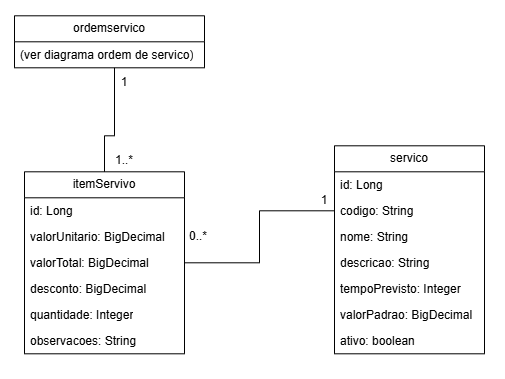
Before: docs/diagramas/Diagrama servico itemServico.drawio.png, a diagram exported from draw.io (henriqueValgas/oficina-mecanica-api). Source tidied: cells renumbered, new cells last; positions are measured from the earlier drawing's top-left corner, leaving out a move shared by most shapes. The source it was exported from:
```xml
<mxGraphModel>
  <root>
    <mxCell id="0" />
    <mxCell id="1" parent="0" />
    <mxCell id="2" style="edgeStyle=orthogonalEdgeStyle;rounded=0;jettySize=auto;html=1;entryX=0;entryY=0.5;entryDx=0;entryDy=0;endArrow=none;endFill=0;" parent="1" edge="1" source="3" target="15">
      <mxGeometry relative="1" as="geometry" />
    </mxCell>
    <mxCell id="3" value="itemServivo" style="swimlane;fontStyle=0;horizontal=1;startSize=26;fillColor=none;whiteSpace=wrap;html=1;" parent="1" vertex="1">
      <mxGeometry x="10" y="156" width="160" height="182" as="geometry" />
    </mxCell>
    <mxCell id="4" value="id: Long" style="text;strokeColor=none;fillColor=none;align=left;verticalAlign=top;spacingLeft=4;spacingRight=4;overflow=hidden;whiteSpace=wrap;html=1;" parent="3" vertex="1">
      <mxGeometry y="26" width="160" height="26" as="geometry" />
    </mxCell>
    <mxCell id="5" value="valorUnitario: BigDecimal&lt;div&gt;&lt;br&gt;&lt;/div&gt;" style="text;strokeColor=none;fillColor=none;align=left;verticalAlign=top;spacingLeft=4;spacingRight=4;overflow=hidden;whiteSpace=wrap;html=1;" parent="3" vertex="1">
      <mxGeometry y="52" width="160" height="26" as="geometry" />
    </mxCell>
    <mxCell id="6" value="valorTotal: BigDecimal&lt;div&gt;&lt;br&gt;&lt;/div&gt;" style="text;strokeColor=none;fillColor=none;align=left;verticalAlign=top;spacingLeft=4;spacingRight=4;overflow=hidden;whiteSpace=wrap;html=1;" parent="3" vertex="1">
      <mxGeometry y="78" width="160" height="26" as="geometry" />
    </mxCell>
    <mxCell id="7" value="&lt;div&gt;desconto: BigDecimal&lt;/div&gt;" style="text;strokeColor=none;fillColor=none;align=left;verticalAlign=top;spacingLeft=4;spacingRight=4;overflow=hidden;whiteSpace=wrap;html=1;" parent="3" vertex="1">
      <mxGeometry y="104" width="160" height="26" as="geometry" />
    </mxCell>
    <mxCell id="8" value="&lt;div&gt;quantidade: Integer&lt;/div&gt;" style="text;strokeColor=none;fillColor=none;align=left;verticalAlign=top;spacingLeft=4;spacingRight=4;overflow=hidden;whiteSpace=wrap;html=1;" parent="3" vertex="1">
      <mxGeometry y="130" width="160" height="26" as="geometry" />
    </mxCell>
    <mxCell id="9" value="&lt;div&gt;observacoes: String&lt;/div&gt;" style="text;strokeColor=none;fillColor=none;align=left;verticalAlign=top;spacingLeft=4;spacingRight=4;overflow=hidden;whiteSpace=wrap;html=1;" parent="3" vertex="1">
      <mxGeometry y="156" width="160" height="26" as="geometry" />
    </mxCell>
    <mxCell id="10" style="edgeStyle=orthogonalEdgeStyle;rounded=0;jettySize=auto;html=1;entryX=0.5;entryY=0;entryDx=0;entryDy=0;endArrow=none;endFill=0;" parent="1" edge="1" source="11" target="3">
      <mxGeometry relative="1" as="geometry">
        <Array as="points">
          <mxPoint x="100" y="120" />
          <mxPoint x="90" y="120" />
        </Array>
      </mxGeometry>
    </mxCell>
    <mxCell id="11" value="ordemservico" style="swimlane;fontStyle=0;horizontal=1;startSize=26;fillColor=none;whiteSpace=wrap;html=1;" parent="1" vertex="1">
      <mxGeometry width="190" height="52" as="geometry" />
    </mxCell>
    <mxCell id="12" value="(ver diagrama ordem de servico&lt;span style=&quot;background-color: transparent; color: light-dark(rgb(0, 0, 0), rgb(255, 255, 255));&quot;&gt;)&lt;/span&gt;" style="text;strokeColor=none;fillColor=none;align=left;verticalAlign=top;spacingLeft=4;spacingRight=4;overflow=hidden;whiteSpace=wrap;html=1;" parent="11" vertex="1">
      <mxGeometry y="26" width="190" height="26" as="geometry" />
    </mxCell>
    <mxCell id="13" value="servico" style="swimlane;fontStyle=0;horizontal=1;startSize=26;fillColor=none;whiteSpace=wrap;html=1;" parent="1" vertex="1">
      <mxGeometry x="320" y="130" width="150" height="208" as="geometry" />
    </mxCell>
    <mxCell id="14" value="id: Long" style="text;strokeColor=none;fillColor=none;align=left;verticalAlign=top;spacingLeft=4;spacingRight=4;overflow=hidden;whiteSpace=wrap;html=1;" parent="13" vertex="1">
      <mxGeometry y="26" width="150" height="26" as="geometry" />
    </mxCell>
    <mxCell id="15" value="codigo: String" style="text;strokeColor=none;fillColor=none;align=left;verticalAlign=top;spacingLeft=4;spacingRight=4;overflow=hidden;points=[[0,0.5],[1,0.5]];portConstraint=eastwest;whiteSpace=wrap;html=1;" parent="13" vertex="1">
      <mxGeometry y="52" width="150" height="26" as="geometry" />
    </mxCell>
    <mxCell id="16" value="nome: String" style="text;strokeColor=none;fillColor=none;align=left;verticalAlign=top;spacingLeft=4;spacingRight=4;overflow=hidden;whiteSpace=wrap;html=1;" parent="13" vertex="1">
      <mxGeometry y="78" width="150" height="26" as="geometry" />
    </mxCell>
    <mxCell id="17" value="descricao: String" style="text;strokeColor=none;fillColor=none;align=left;verticalAlign=top;spacingLeft=4;spacingRight=4;overflow=hidden;whiteSpace=wrap;html=1;" parent="13" vertex="1">
      <mxGeometry y="104" width="150" height="26" as="geometry" />
    </mxCell>
    <mxCell id="18" value="tempoPrevisto: Integer&lt;div&gt;&lt;br&gt;&lt;/div&gt;" style="text;strokeColor=none;fillColor=none;align=left;verticalAlign=top;spacingLeft=4;spacingRight=4;overflow=hidden;whiteSpace=wrap;html=1;" parent="13" vertex="1">
      <mxGeometry y="130" width="150" height="26" as="geometry" />
    </mxCell>
    <mxCell id="19" value="&lt;div&gt;valorPadrao: BigDecimal&lt;/div&gt;" style="text;strokeColor=none;fillColor=none;align=left;verticalAlign=top;spacingLeft=4;spacingRight=4;overflow=hidden;whiteSpace=wrap;html=1;" parent="13" vertex="1">
      <mxGeometry y="156" width="150" height="26" as="geometry" />
    </mxCell>
    <mxCell id="20" value="&lt;div&gt;ativo: boolean&lt;/div&gt;" style="text;strokeColor=none;fillColor=none;align=left;verticalAlign=top;spacingLeft=4;spacingRight=4;overflow=hidden;whiteSpace=wrap;html=1;" parent="13" vertex="1">
      <mxGeometry y="182" width="150" height="26" as="geometry" />
    </mxCell>
    <mxCell id="21" value="1" style="text;html=1;whiteSpace=wrap;strokeColor=none;fillColor=none;align=center;verticalAlign=middle;rounded=0;" parent="1" vertex="1">
      <mxGeometry x="80" y="52" width="60" height="30" as="geometry" />
    </mxCell>
    <mxCell id="22" value="1..*" style="text;html=1;whiteSpace=wrap;strokeColor=none;fillColor=none;align=center;verticalAlign=middle;rounded=0;" parent="1" vertex="1">
      <mxGeometry x="80" y="130" width="60" height="30" as="geometry" />
    </mxCell>
    <mxCell id="23" value="1" style="text;html=1;whiteSpace=wrap;strokeColor=none;fillColor=none;align=center;verticalAlign=middle;rounded=0;" parent="1" vertex="1">
      <mxGeometry x="280" y="170" width="60" height="30" as="geometry" />
    </mxCell>
    <mxCell id="24" value="0..*" style="text;html=1;whiteSpace=wrap;strokeColor=none;fillColor=none;align=center;verticalAlign=middle;rounded=0;" parent="1" vertex="1">
      <mxGeometry x="154" y="206" width="60" height="30" as="geometry" />
    </mxCell>
  </root>
</mxGraphModel>
```
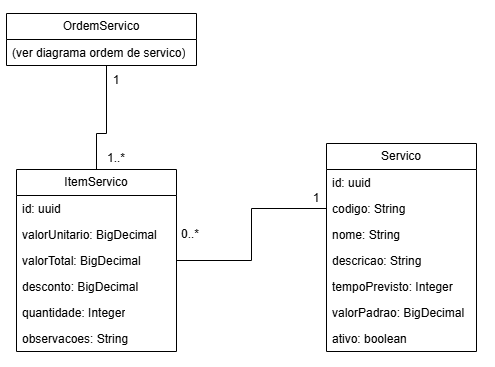
The same file after the commit.

The edit, as a diff of the source:
```diff
@@ -5,10 +5,10 @@
     <mxCell id="2" style="edgeStyle=orthogonalEdgeStyle;rounded=0;jettySize=auto;html=1;entryX=0;entryY=0.5;entryDx=0;entryDy=0;endArrow=none;endFill=0;" parent="1" edge="1" source="3" target="15">
       <mxGeometry relative="1" as="geometry" />
     </mxCell>
-    <mxCell id="3" value="itemServivo" style="swimlane;fontStyle=0;horizontal=1;startSize=26;fillColor=none;whiteSpace=wrap;html=1;" parent="1" vertex="1">
+    <mxCell id="3" value="ItemServico" style="swimlane;fontStyle=0;horizontal=1;startSize=26;fillColor=none;whiteSpace=wrap;html=1;" parent="1" vertex="1">
       <mxGeometry x="10" y="156" width="160" height="182" as="geometry" />
     </mxCell>
-    <mxCell id="4" value="id: Long" style="text;strokeColor=none;fillColor=none;align=left;verticalAlign=top;spacingLeft=4;spacingRight=4;overflow=hidden;whiteSpace=wrap;html=1;" parent="3" vertex="1">
+    <mxCell id="4" value="id: uuid" style="text;strokeColor=none;fillColor=none;align=left;verticalAlign=top;spacingLeft=4;spacingRight=4;overflow=hidden;whiteSpace=wrap;html=1;" parent="3" vertex="1">
       <mxGeometry y="26" width="160" height="26" as="geometry" />
     </mxCell>
     <mxCell id="5" value="valorUnitario: BigDecimal&lt;div&gt;&lt;br&gt;&lt;/div&gt;" style="text;strokeColor=none;fillColor=none;align=left;verticalAlign=top;spacingLeft=4;spacingRight=4;overflow=hidden;whiteSpace=wrap;html=1;" parent="3" vertex="1">
@@ -34,16 +34,16 @@
         </Array>
       </mxGeometry>
     </mxCell>
-    <mxCell id="11" value="ordemservico" style="swimlane;fontStyle=0;horizontal=1;startSize=26;fillColor=none;whiteSpace=wrap;html=1;" parent="1" vertex="1">
+    <mxCell id="11" value="OrdemServico" style="swimlane;fontStyle=0;horizontal=1;startSize=26;fillColor=none;whiteSpace=wrap;html=1;" parent="1" vertex="1">
       <mxGeometry width="190" height="52" as="geometry" />
     </mxCell>
     <mxCell id="12" value="(ver diagrama ordem de servico&lt;span style=&quot;background-color: transparent; color: light-dark(rgb(0, 0, 0), rgb(255, 255, 255));&quot;&gt;)&lt;/span&gt;" style="text;strokeColor=none;fillColor=none;align=left;verticalAlign=top;spacingLeft=4;spacingRight=4;overflow=hidden;whiteSpace=wrap;html=1;" parent="11" vertex="1">
       <mxGeometry y="26" width="190" height="26" as="geometry" />
     </mxCell>
-    <mxCell id="13" value="servico" style="swimlane;fontStyle=0;horizontal=1;startSize=26;fillColor=none;whiteSpace=wrap;html=1;" parent="1" vertex="1">
+    <mxCell id="13" value="Servico" style="swimlane;fontStyle=0;horizontal=1;startSize=26;fillColor=none;whiteSpace=wrap;html=1;" parent="1" vertex="1">
       <mxGeometry x="320" y="130" width="150" height="208" as="geometry" />
     </mxCell>
-    <mxCell id="14" value="id: Long" style="text;strokeColor=none;fillColor=none;align=left;verticalAlign=top;spacingLeft=4;spacingRight=4;overflow=hidden;whiteSpace=wrap;html=1;" parent="13" vertex="1">
+    <mxCell id="14" value="id: uuid" style="text;strokeColor=none;fillColor=none;align=left;verticalAlign=top;spacingLeft=4;spacingRight=4;overflow=hidden;whiteSpace=wrap;html=1;" parent="13" vertex="1">
       <mxGeometry y="26" width="150" height="26" as="geometry" />
     </mxCell>
     <mxCell id="15" value="codigo: String" style="text;strokeColor=none;fillColor=none;align=left;verticalAlign=top;spacingLeft=4;spacingRight=4;overflow=hidden;points=[[0,0.5],[1,0.5]];portConstraint=eastwest;whiteSpace=wrap;html=1;" parent="13" vertex="1">
```
